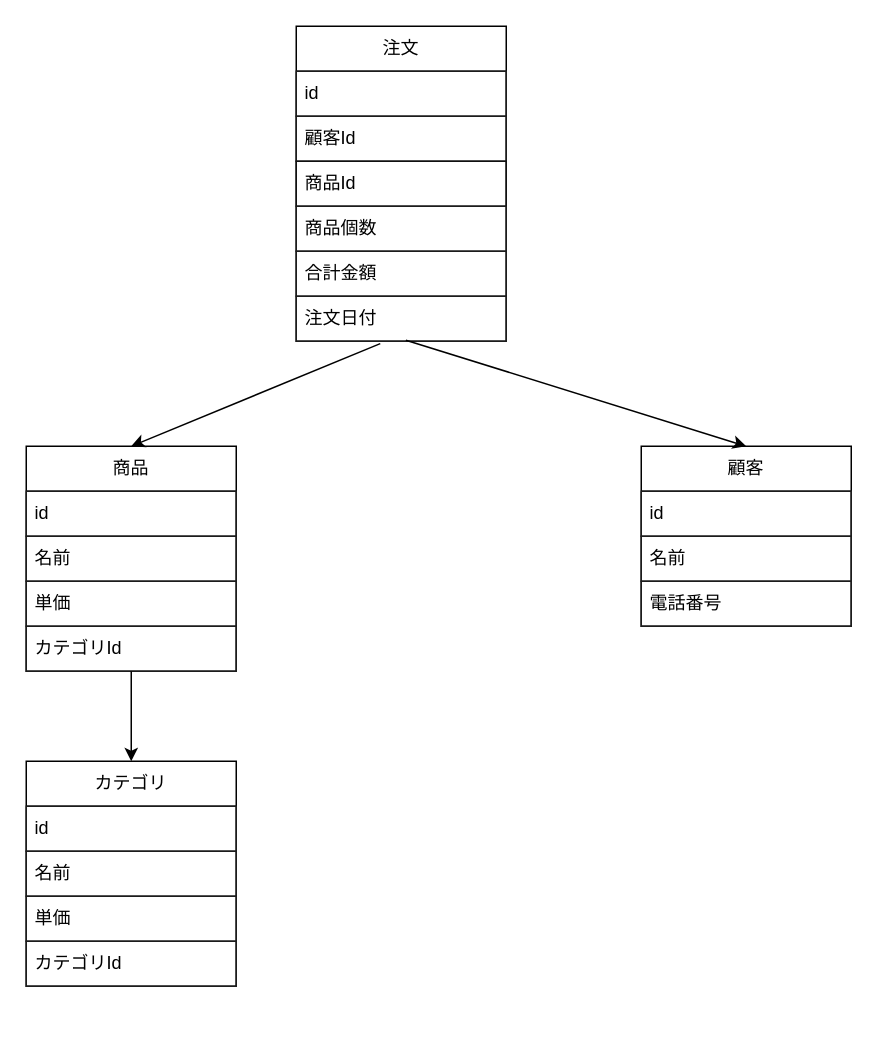
Earlier version of the draw.io diagram docs/Lesson1/lesson1.drawio (renokazaki/ERD-Lesson). Source tidied: cells renumbered, new cells numbered last; positions are measured from the earlier drawing's top-left corner, leaving out a move shared by most shapes. Both pictures are drawn from the tidied source at 150%, with x=0, y=0 at pixel (26, 26).
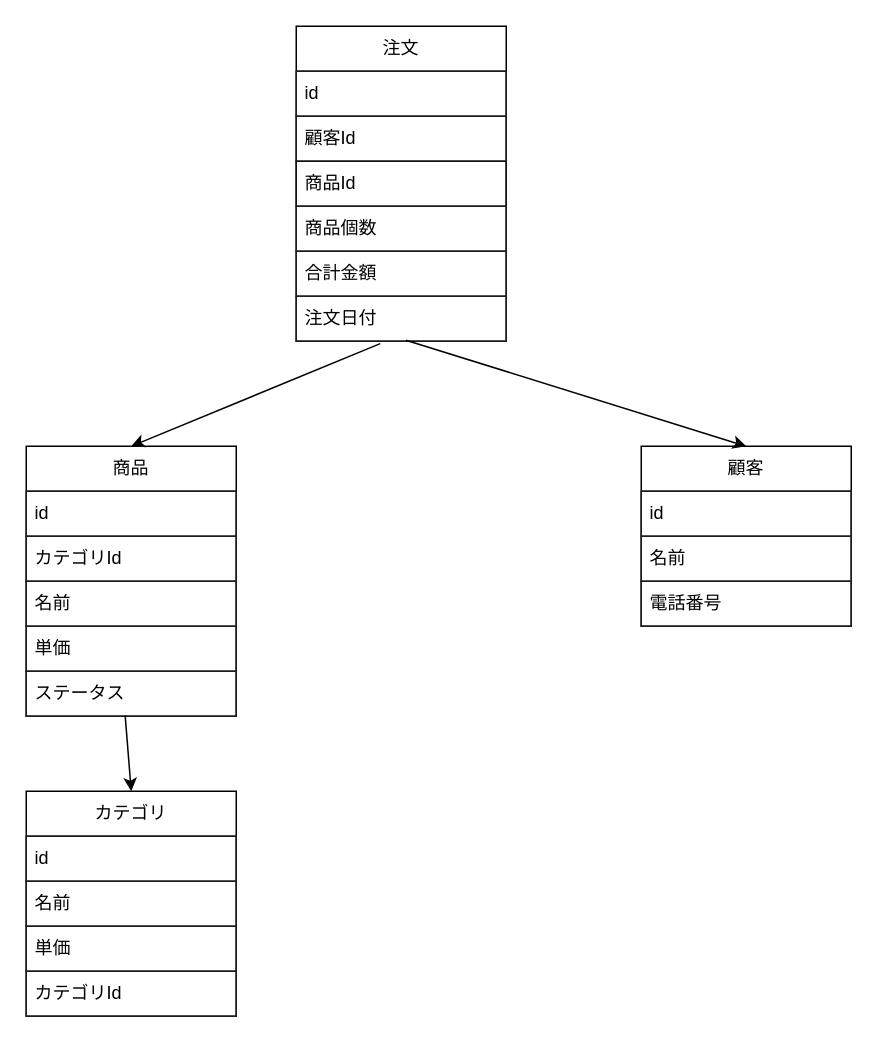
After the change.

Commit message (it also covers changes not shown here):
update product status

The edit, as a diff of the source:
```diff
@@
     <mxCell id="14" value="商品" style="swimlane;fontStyle=0;horizontal=1;startSize=30;whiteSpace=wrap;html=1;" parent="1" vertex="1">
-      <mxGeometry y="280" width="140" height="150" as="geometry" />
+      <mxGeometry y="280" width="140" height="180" as="geometry" />
     </mxCell>
@@
+    <mxCell id="18" value="カテゴリId" style="text;strokeColor=#1C1C1C;fillColor=none;align=left;verticalAlign=middle;spacingLeft=4;spacingRight=4;overflow=hidden;points=[[0,0.5],[1,0.5]];portConstraint=eastwest;whiteSpace=wrap;html=1;" parent="14" vertex="1">
+      <mxGeometry y="60" width="140" height="30" as="geometry" />
+    </mxCell>
     <mxCell id="16" value="名前" style="text;strokeColor=#1C1C1C;fillColor=none;align=left;verticalAlign=middle;spacingLeft=4;spacingRight=4;overflow=hidden;whiteSpace=wrap;html=1;" parent="14" vertex="1">
-      <mxGeometry y="60" width="140" height="30" as="geometry" />
+      <mxGeometry y="90" width="140" height="30" as="geometry" />
     </mxCell>
     <mxCell id="17" value="単価" style="text;strokeColor=#1C1C1C;fillColor=none;align=left;verticalAlign=middle;spacingLeft=4;spacingRight=4;overflow=hidden;whiteSpace=wrap;html=1;" parent="14" vertex="1">
-      <mxGeometry y="90" width="140" height="30" as="geometry" />
+      <mxGeometry y="120" width="140" height="30" as="geometry" />
     </mxCell>
-    <mxCell id="18" value="カテゴリId" style="text;strokeColor=#1C1C1C;fillColor=none;align=left;verticalAlign=middle;spacingLeft=4;spacingRight=4;overflow=hidden;points=[[0,0.5],[1,0.5]];portConstraint=eastwest;whiteSpace=wrap;html=1;" parent="14" vertex="1">
-      <mxGeometry y="120" width="140" height="30" as="geometry" />
-    </mxCell>
+    <mxCell id="26" value="ステータス" style="text;strokeColor=#1C1C1C;fillColor=none;align=left;verticalAlign=middle;spacingLeft=4;spacingRight=4;overflow=hidden;points=[[0,0.5],[1,0.5]];portConstraint=eastwest;whiteSpace=wrap;html=1;" parent="14" vertex="1">
+      <mxGeometry y="150" width="140" height="30" as="geometry" />
+    </mxCell>
@@
     <mxCell id="20" value="カテゴリ" style="swimlane;fontStyle=0;horizontal=1;startSize=30;whiteSpace=wrap;html=1;" parent="1" vertex="1">
-      <mxGeometry y="490" width="140" height="150" as="geometry" />
+      <mxGeometry y="510" width="140" height="150" as="geometry" />
     </mxCell>
@@
-    <mxCell id="25" style="edgeStyle=none;html=1;entryX=0.5;entryY=0;entryDx=0;entryDy=0;" parent="1" edge="1" source="18" target="20">
+    <mxCell id="25" style="edgeStyle=none;html=1;entryX=0.5;entryY=0;entryDx=0;entryDy=0;exitX=0.471;exitY=0.987;exitDx=0;exitDy=0;exitPerimeter=0;" parent="1" edge="1" source="26" target="20">
       <mxGeometry relative="1" as="geometry" />
     </mxCell>
```
